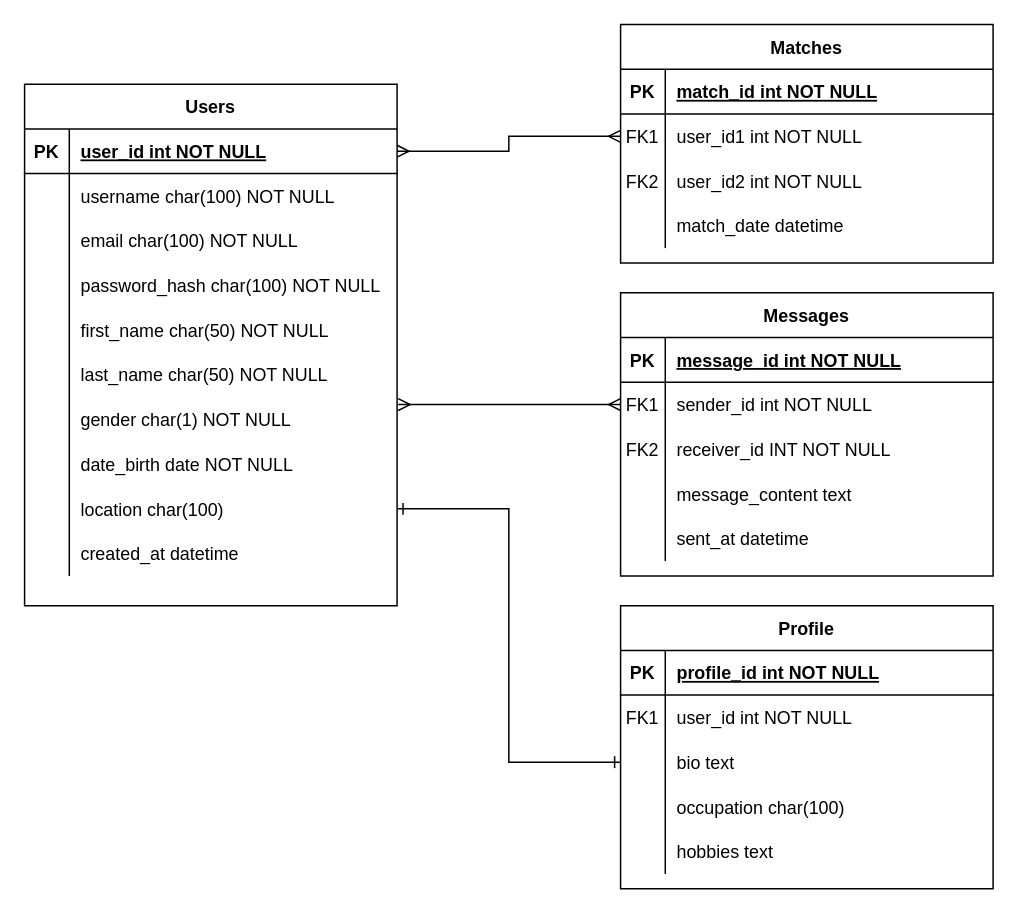
nfunderburgh/CST-451 keeps this draw.io diagram as Milestone_2/Database.drawio. Above is the earlier version. Source tidied: cells renumbered, new cells numbered last; positions are measured from the earlier drawing's top-left corner, leaving out a move shared by most shapes. Both pictures are drawn from the tidied source at 149%, with x=0, y=0 at pixel (24, 24).
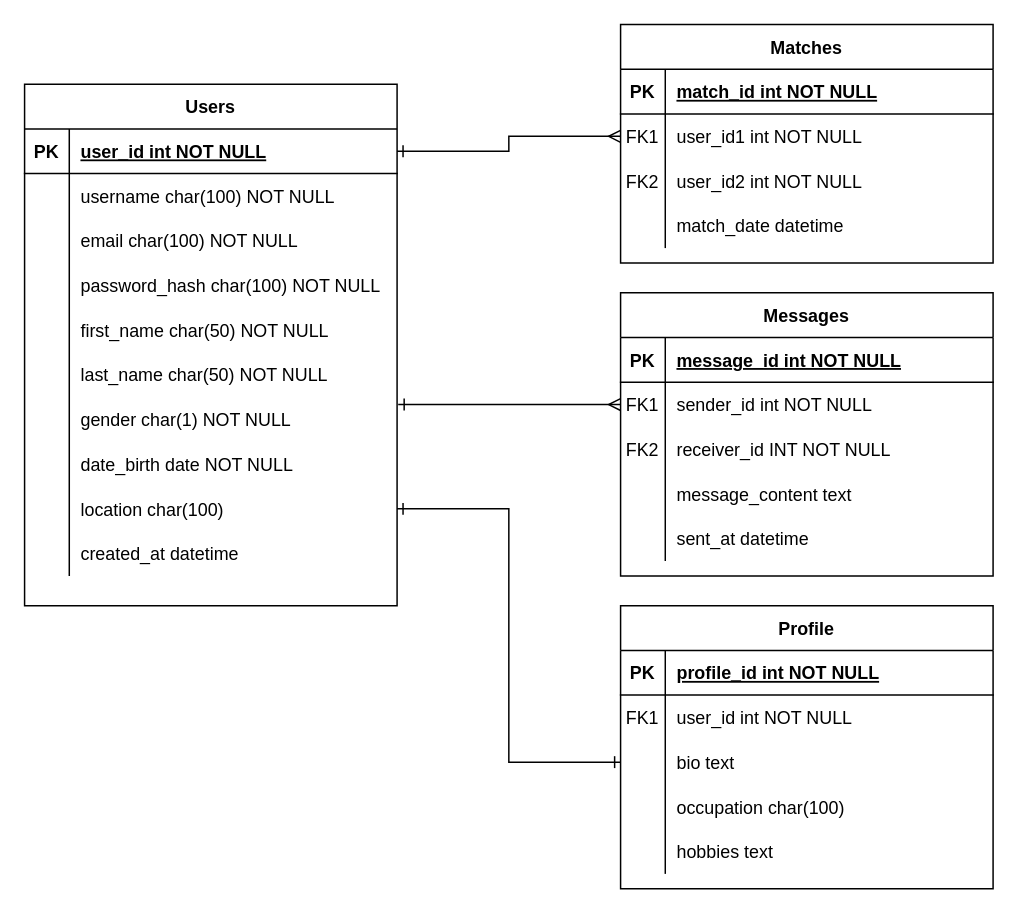
Above is the later version.

The change refers to these unchanged cells:
```xml
<mxCell id="6" style="shape=partialRectangle;fillColor=none;points=[[0,0.5],[1,0.5]];portConstraint=eastwest;top=0;left=0;right=0;bottom=0;" parent="2" vertex="1">
  <mxGeometry y="60" width="250" height="30" as="geometry" />
</mxCell>
<mxCell id="19" style="shape=partialRectangle;fillColor=none;points=[[0,0.5],[1,0.5]];portConstraint=eastwest;top=0;left=0;right=0;bottom=0;" parent="15" vertex="1">
  <mxGeometry y="60" width="250" height="30" as="geometry" />
</mxCell>
<mxCell id="32" style="shape=partialRectangle;fillColor=none;points=[[0,0.5],[1,0.5]];portConstraint=eastwest;top=0;left=0;right=0;bottom=1;" parent="31" vertex="1">
  <mxGeometry y="30" width="250" height="30" as="geometry" />
</mxCell>
<mxCell id="50" style="shape=partialRectangle;fillColor=none;points=[[0,0.5],[1,0.5]];portConstraint=eastwest;top=0;left=0;right=0;bottom=0;" parent="31" vertex="1">
  <mxGeometry y="210" width="250" height="30" as="geometry" />
</mxCell>
```

The edit, as a diff of the source:
```diff
@@
-    <mxCell id="79" style="edgeStyle=orthogonalEdgeStyle;rounded=0;jettySize=auto;html=1;entryX=1.003;entryY=0.167;entryDx=0;entryDy=0;entryPerimeter=0;startArrow=ERmany;startFill=0;endArrow=ERmany;endFill=0;" parent="1" edge="1" source="19" target="50">
+    <mxCell id="79" style="edgeStyle=orthogonalEdgeStyle;rounded=0;jettySize=auto;html=1;entryX=1.003;entryY=0.167;entryDx=0;entryDy=0;entryPerimeter=0;startArrow=ERmany;startFill=0;endArrow=ERone;endFill=0;" parent="1" edge="1" source="19" target="50">
       <mxGeometry relative="1" as="geometry" />
     </mxCell>
-    <mxCell id="80" style="edgeStyle=orthogonalEdgeStyle;rounded=0;jettySize=auto;html=1;entryX=0;entryY=0.5;entryDx=0;entryDy=0;startArrow=ERmany;startFill=0;endArrow=ERmany;endFill=0;" parent="1" edge="1" source="32" target="6">
+    <mxCell id="80" style="edgeStyle=orthogonalEdgeStyle;rounded=0;jettySize=auto;html=1;entryX=0;entryY=0.5;entryDx=0;entryDy=0;startArrow=ERone;startFill=0;endArrow=ERmany;endFill=0;" parent="1" edge="1" source="32" target="6">
       <mxGeometry relative="1" as="geometry" />
     </mxCell>
```
